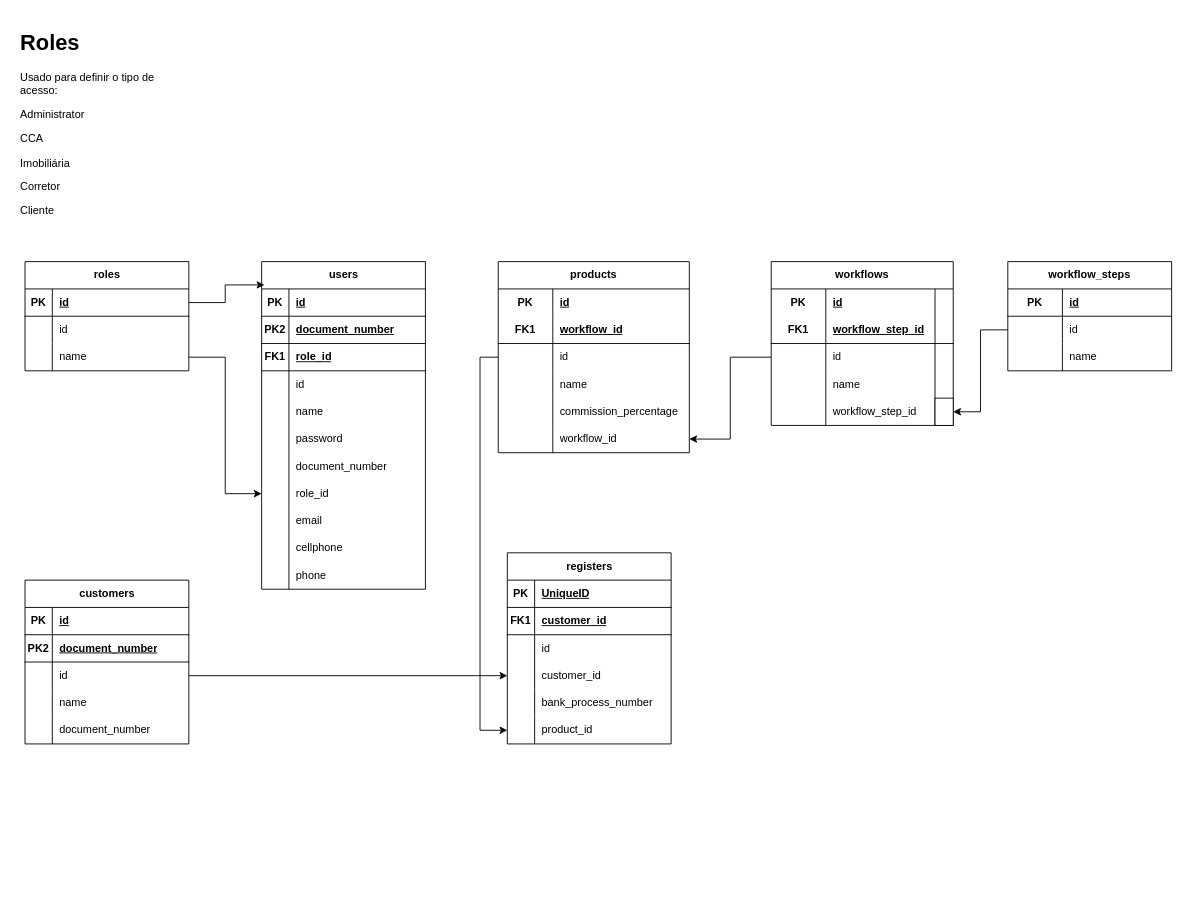
Above: ccamanager.drawio in marcelmariani/ccamanager (draw.io), before the change. Source tidied: cells renumbered, new cells numbered last; positions are measured from the earlier drawing's top-left corner, leaving out a move shared by most shapes. Both pictures are drawn from the tidied source at 91%, with x=0, y=0 at pixel (15, 25).
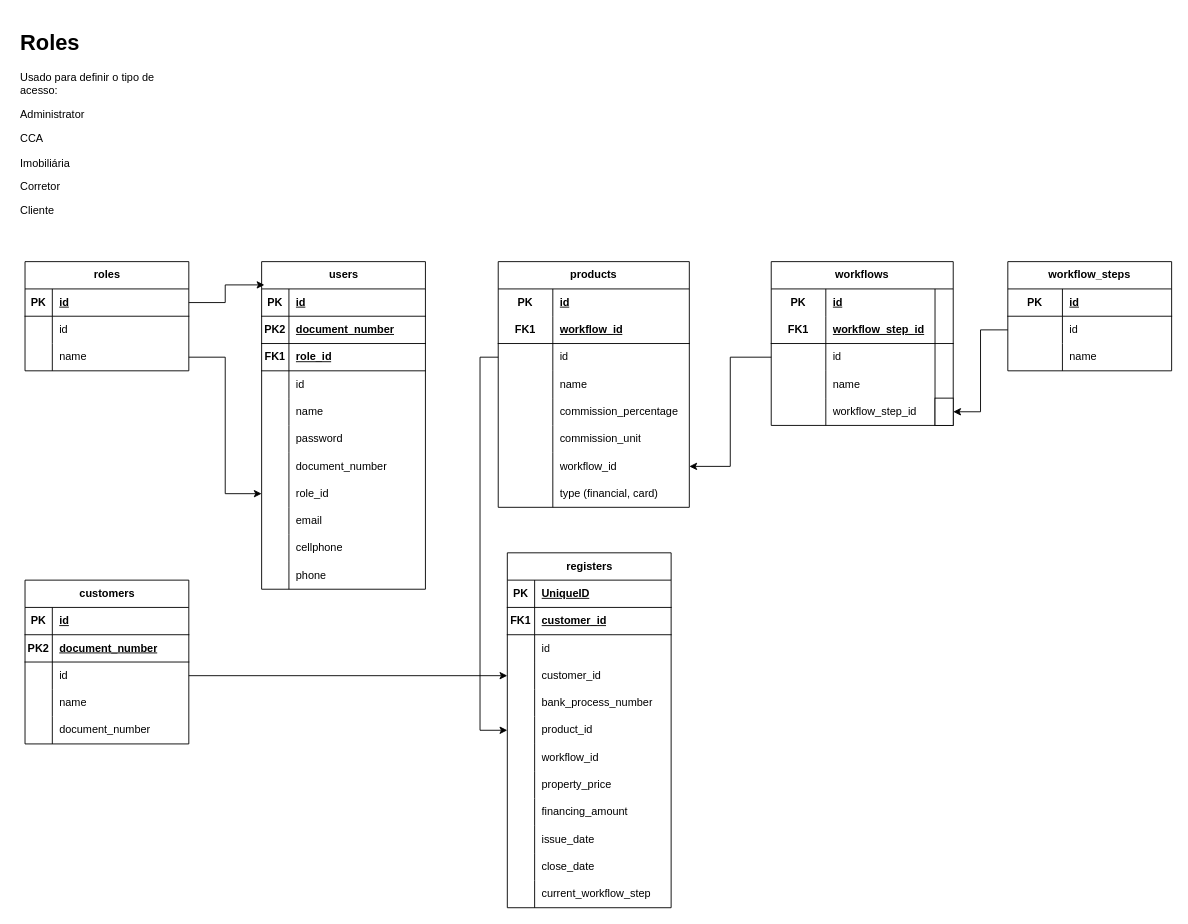
Above is the later version.

What changed in the source:
```diff
@@
     <mxCell id="49" value="registers" style="shape=table;startSize=30;childLayout=tableLayout;rowLines=0;fontStyle=1;align=center;html=1;" parent="1" vertex="1">
-      <mxGeometry x="540" y="580" width="180" height="210" as="geometry" />
+      <mxGeometry x="540" y="580" width="180" height="390" as="geometry" />
     </mxCell>
@@
+    <mxCell id="134" style="shape=tableRow;horizontal=0;startSize=0;swimlaneHead=0;swimlaneBody=0;fillColor=none;top=0;left=0;right=0;bottom=0;" parent="49" vertex="1">
+      <mxGeometry y="210" width="180" height="30" as="geometry" />
+    </mxCell>
+    <mxCell id="135" style="shape=partialRectangle;fillColor=none;top=0;left=0;bottom=0;right=0;overflow=hidden;whiteSpace=wrap;html=1;" parent="134" vertex="1">
+      <mxGeometry width="30" height="30" as="geometry" />
+    </mxCell>
+    <mxCell id="136" value="workflow_id" style="shape=partialRectangle;fillColor=none;top=0;left=0;bottom=0;right=0;align=left;spacingLeft=6;overflow=hidden;whiteSpace=wrap;html=1;" parent="134" vertex="1">
+      <mxGeometry x="30" width="150" height="30" as="geometry" />
+    </mxCell>
+    <mxCell id="137" style="shape=tableRow;horizontal=0;startSize=0;swimlaneHead=0;swimlaneBody=0;fillColor=none;top=0;left=0;right=0;bottom=0;" parent="49" vertex="1">
+      <mxGeometry y="240" width="180" height="30" as="geometry" />
+    </mxCell>
+    <mxCell id="138" style="shape=partialRectangle;fillColor=none;top=0;left=0;bottom=0;right=0;overflow=hidden;whiteSpace=wrap;html=1;" parent="137" vertex="1">
+      <mxGeometry width="30" height="30" as="geometry" />
+    </mxCell>
+    <mxCell id="139" value="property_price" style="shape=partialRectangle;fillColor=none;top=0;left=0;bottom=0;right=0;align=left;spacingLeft=6;overflow=hidden;whiteSpace=wrap;html=1;" parent="137" vertex="1">
+      <mxGeometry x="30" width="150" height="30" as="geometry" />
+    </mxCell>
+    <mxCell id="140" style="shape=tableRow;horizontal=0;startSize=0;swimlaneHead=0;swimlaneBody=0;fillColor=none;top=0;left=0;right=0;bottom=0;" parent="49" vertex="1">
+      <mxGeometry y="270" width="180" height="30" as="geometry" />
+    </mxCell>
+    <mxCell id="141" style="shape=partialRectangle;fillColor=none;top=0;left=0;bottom=0;right=0;overflow=hidden;whiteSpace=wrap;html=1;" parent="140" vertex="1">
+      <mxGeometry width="30" height="30" as="geometry" />
+    </mxCell>
+    <mxCell id="142" value="financing_amount" style="shape=partialRectangle;fillColor=none;top=0;left=0;bottom=0;right=0;align=left;spacingLeft=6;overflow=hidden;whiteSpace=wrap;html=1;" parent="140" vertex="1">
+      <mxGeometry x="30" width="150" height="30" as="geometry" />
+    </mxCell>
+    <mxCell id="143" style="shape=tableRow;horizontal=0;startSize=0;swimlaneHead=0;swimlaneBody=0;fillColor=none;top=0;left=0;right=0;bottom=0;" parent="49" vertex="1">
+      <mxGeometry y="300" width="180" height="30" as="geometry" />
+    </mxCell>
+    <mxCell id="144" style="shape=partialRectangle;fillColor=none;top=0;left=0;bottom=0;right=0;overflow=hidden;whiteSpace=wrap;html=1;" parent="143" vertex="1">
+      <mxGeometry width="30" height="30" as="geometry" />
+    </mxCell>
+    <mxCell id="145" value="issue_date" style="shape=partialRectangle;fillColor=none;top=0;left=0;bottom=0;right=0;align=left;spacingLeft=6;overflow=hidden;whiteSpace=wrap;html=1;" parent="143" vertex="1">
+      <mxGeometry x="30" width="150" height="30" as="geometry" />
+    </mxCell>
+    <mxCell id="146" style="shape=tableRow;horizontal=0;startSize=0;swimlaneHead=0;swimlaneBody=0;fillColor=none;top=0;left=0;right=0;bottom=0;" parent="49" vertex="1">
+      <mxGeometry y="330" width="180" height="30" as="geometry" />
+    </mxCell>
+    <mxCell id="147" style="shape=partialRectangle;fillColor=none;top=0;left=0;bottom=0;right=0;overflow=hidden;whiteSpace=wrap;html=1;" parent="146" vertex="1">
+      <mxGeometry width="30" height="30" as="geometry" />
+    </mxCell>
+    <mxCell id="148" value="close_date" style="shape=partialRectangle;fillColor=none;top=0;left=0;bottom=0;right=0;align=left;spacingLeft=6;overflow=hidden;whiteSpace=wrap;html=1;" parent="146" vertex="1">
+      <mxGeometry x="30" width="150" height="30" as="geometry" />
+    </mxCell>
+    <mxCell id="149" style="shape=tableRow;horizontal=0;startSize=0;swimlaneHead=0;swimlaneBody=0;fillColor=none;top=0;left=0;right=0;bottom=0;" parent="49" vertex="1">
+      <mxGeometry y="360" width="180" height="30" as="geometry" />
+    </mxCell>
+    <mxCell id="150" style="shape=partialRectangle;fillColor=none;top=0;left=0;bottom=0;right=0;overflow=hidden;whiteSpace=wrap;html=1;" parent="149" vertex="1">
+      <mxGeometry width="30" height="30" as="geometry" />
+    </mxCell>
+    <mxCell id="151" value="current_workflow_step" style="shape=partialRectangle;fillColor=none;top=0;left=0;bottom=0;right=0;align=left;spacingLeft=6;overflow=hidden;whiteSpace=wrap;html=1;" parent="149" vertex="1">
+      <mxGeometry x="30" width="150" height="30" as="geometry" />
+    </mxCell>
@@
     <mxCell id="112" value="products" style="shape=table;startSize=30;childLayout=tableLayout;rowLines=0;fontStyle=1;align=center;html=1;whiteSpace=wrap;" parent="1" vertex="1">
-      <mxGeometry x="530" y="260" width="210" height="210" as="geometry" />
+      <mxGeometry x="530" y="260" width="210" height="270" as="geometry" />
     </mxCell>
@@
+    <mxCell id="152" style="shape=tableRow;horizontal=0;startSize=0;swimlaneHead=0;swimlaneBody=0;fillColor=none;top=0;left=0;right=0;bottom=0;html=1;" parent="112" vertex="1">
+      <mxGeometry y="180" width="210" height="30" as="geometry" />
+    </mxCell>
+    <mxCell id="153" style="shape=partialRectangle;fillColor=none;top=0;left=0;bottom=0;right=0;overflow=hidden;html=1;whiteSpace=wrap;" parent="152" vertex="1">
+      <mxGeometry width="60" height="30" as="geometry" />
+    </mxCell>
+    <mxCell id="154" value="commission_unit" style="shape=partialRectangle;fillColor=none;top=0;left=0;bottom=0;right=0;align=left;spacingLeft=6;overflow=hidden;html=1;whiteSpace=wrap;" parent="152" vertex="1">
+      <mxGeometry x="60" width="150" height="30" as="geometry" />
+    </mxCell>
     <mxCell id="128" style="shape=tableRow;horizontal=0;startSize=0;swimlaneHead=0;swimlaneBody=0;fillColor=none;points=[[0,0.5],[1,0.5]];portConstraint=eastwest;top=0;left=0;right=0;bottom=0;html=1;" parent="112" vertex="1">
-      <mxGeometry y="180" width="210" height="30" as="geometry" />
+      <mxGeometry y="210" width="210" height="30" as="geometry" />
     </mxCell>
@@
+    <mxCell id="155" style="shape=tableRow;horizontal=0;startSize=0;swimlaneHead=0;swimlaneBody=0;fillColor=none;top=0;left=0;right=0;bottom=0;html=1;" parent="112" vertex="1">
+      <mxGeometry y="240" width="210" height="30" as="geometry" />
+    </mxCell>
+    <mxCell id="156" style="shape=partialRectangle;fillColor=none;top=0;left=0;bottom=0;right=0;overflow=hidden;html=1;whiteSpace=wrap;" parent="155" vertex="1">
+      <mxGeometry width="60" height="30" as="geometry" />
+    </mxCell>
+    <mxCell id="157" value="type (financial, card)" style="shape=partialRectangle;fillColor=none;top=0;left=0;bottom=0;right=0;align=left;spacingLeft=6;overflow=hidden;html=1;whiteSpace=wrap;" parent="155" vertex="1">
+      <mxGeometry x="60" width="150" height="30" as="geometry" />
+    </mxCell>
```
